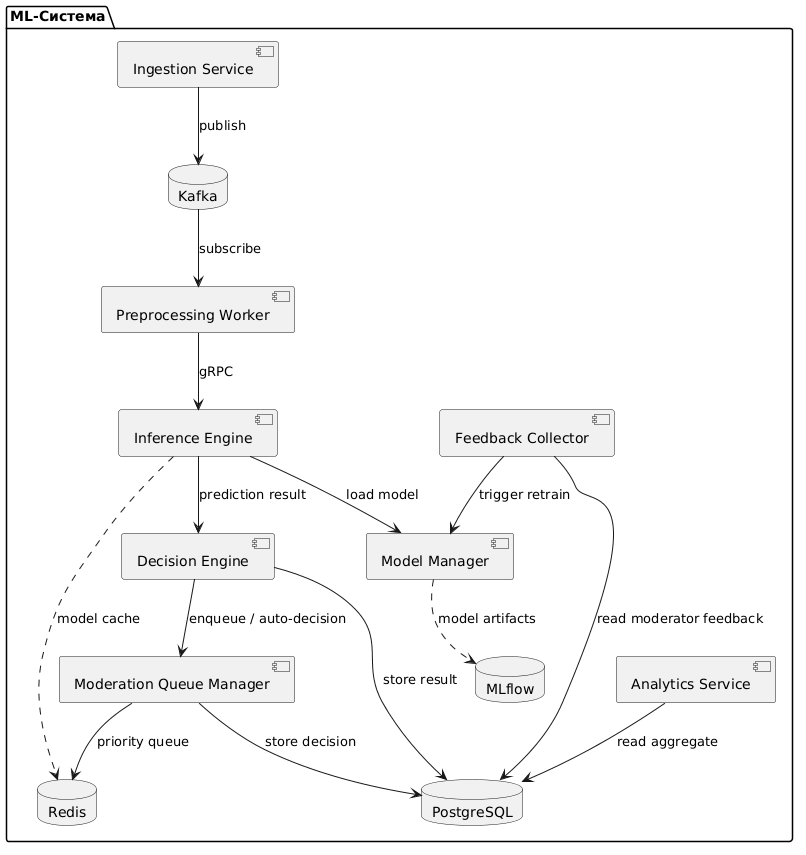
This is lab-4/diagrams/5.png from MyEducation11235/ITMO-6-InformationSystemsDesign, a PlantUML export, as it was before one commit.
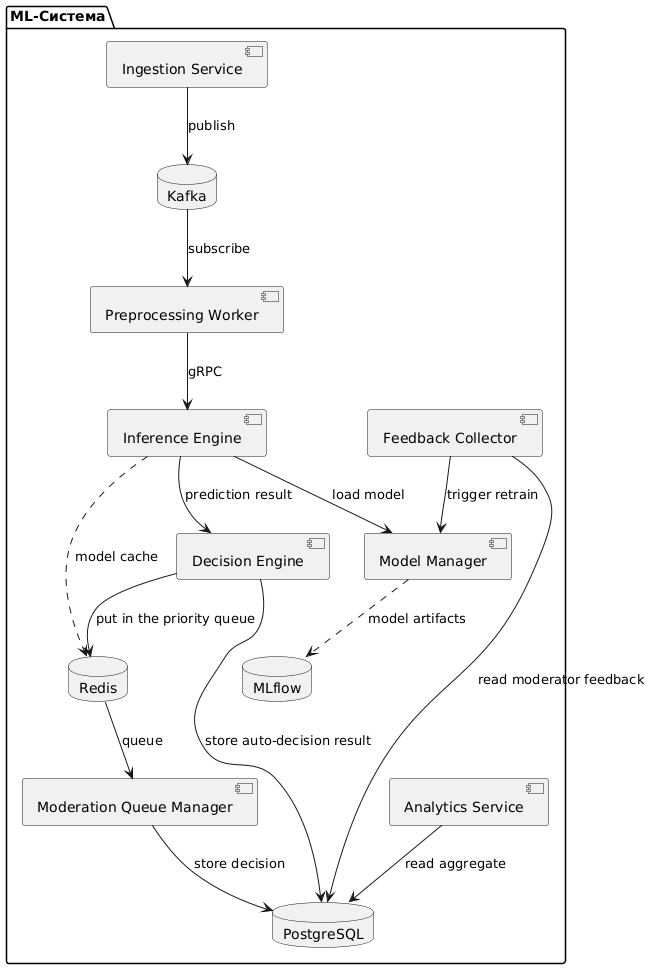
Later version of the same file.

The edit, as a diff of the source:
```diff
@@ -20,10 +20,10 @@
   PW --> IE : gRPC
   IE --> MM : load model
   IE --> DE : prediction result
-  DE --> MQM : enqueue / auto-decision
+  DE --> R: put in the priority queue
   MQM --> DB : store decision
-  MQM --> R : priority queue
-  DE --> DB : store result
+  R --> MQM  : queue
+  DE --> DB : store auto-decision result
   FC --> DB : read moderator feedback
   FC --> MM : trigger retrain
   AS --> DB : read aggregate
```
